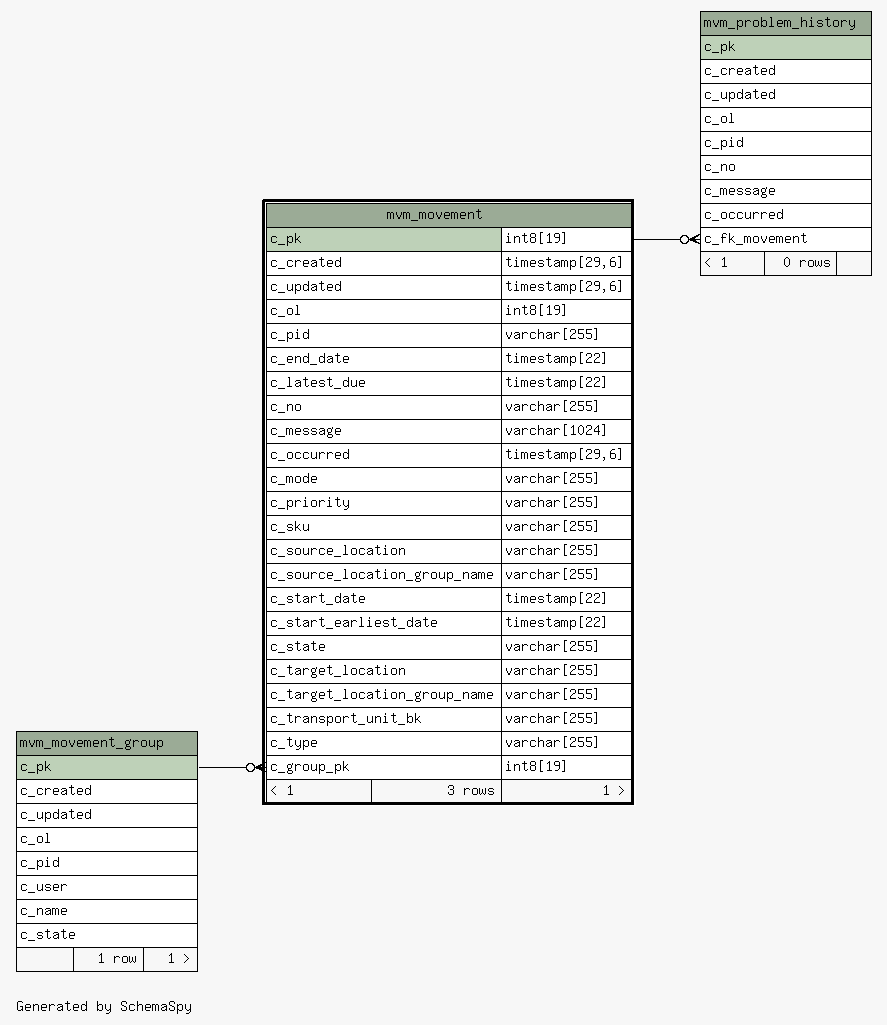
The Graphviz diagram 1.0.0-SNAPSHOT/schemaspy/diagrams/mvm_movement.1degree.png in openwms/org.openwms.wms.movements.lib, before a commit. Its source is kept beside it as 1.0.0-SNAPSHOT/schemaspy/diagrams/mvm_movement.1degree.dot.
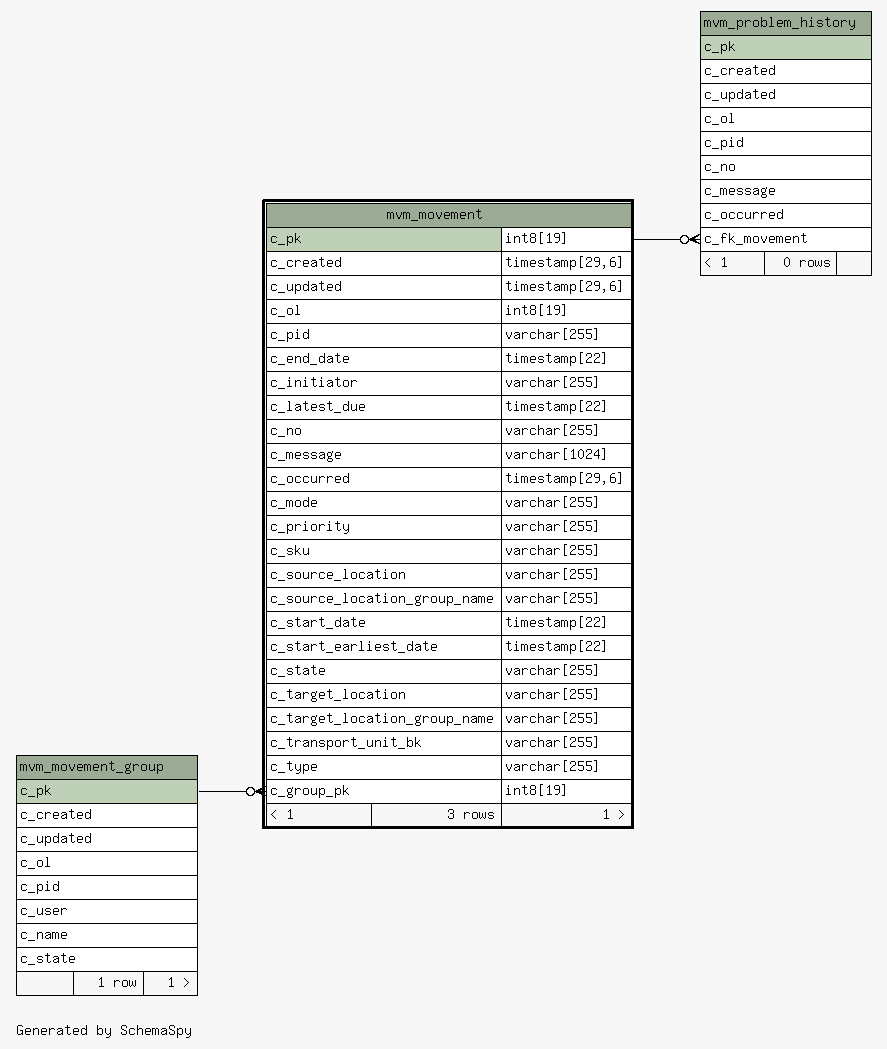
The same file after the commit.

What changed in the source:
```diff
@@ -29,6 +29,7 @@
       <TR><TD PORT="c_ol" COLSPAN="2" ALIGN="LEFT">c_ol</TD><TD PORT="c_ol.type" ALIGN="LEFT">int8[19]</TD></TR>
       <TR><TD PORT="c_pid" COLSPAN="2" ALIGN="LEFT">c_pid</TD><TD PORT="c_pid.type" ALIGN="LEFT">varchar[255]</TD></TR>
       <TR><TD PORT="c_end_date" COLSPAN="2" ALIGN="LEFT">c_end_date</TD><TD PORT="c_end_date.type" ALIGN="LEFT">timestamp[22]</TD></TR>
+      <TR><TD PORT="c_initiator" COLSPAN="2" ALIGN="LEFT">c_initiator</TD><TD PORT="c_initiator.type" ALIGN="LEFT">varchar[255]</TD></TR>
       <TR><TD PORT="c_latest_due" COLSPAN="2" ALIGN="LEFT">c_latest_due</TD><TD PORT="c_latest_due.type" ALIGN="LEFT">timestamp[22]</TD></TR>
       <TR><TD PORT="c_no" COLSPAN="2" ALIGN="LEFT">c_no</TD><TD PORT="c_no.type" ALIGN="LEFT">varchar[255]</TD></TR>
       <TR><TD PORT="c_message" COLSPAN="2" ALIGN="LEFT">c_message</TD><TD PORT="c_message.type" ALIGN="LEFT">varchar[1024]</TD></TR>
```
